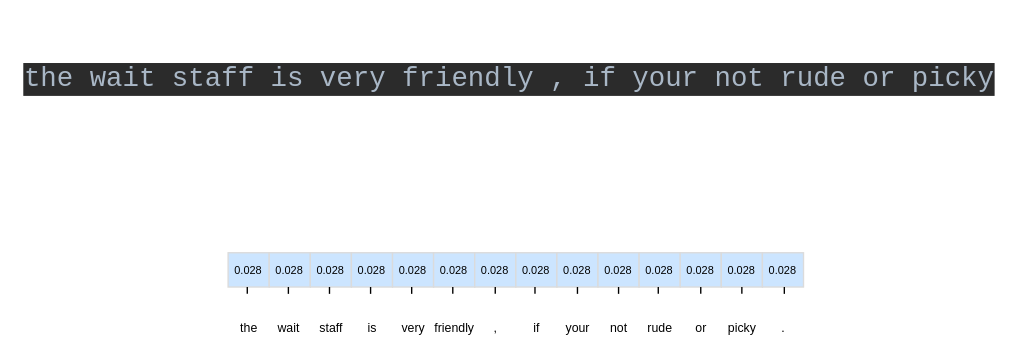
This is case study.drawio from zhaicao/images, a draw.io file, before an edit. Source tidied: cells renumbered, new cells numbered last; positions are measured from the earlier drawing's top-left corner, leaving out a move shared by most shapes. Both pictures are drawn from the tidied source at 137%, with x=0, y=0 at pixel (49, 23).
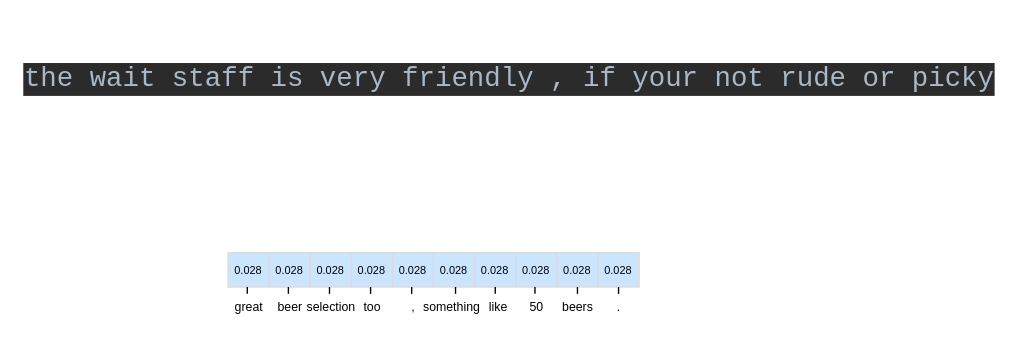
The same page after the edit.

What changed in the source:
```diff
@@
-    <mxCell id="13" value="&lt;font style=&quot;font-size: 8px;&quot;&gt;0.028&lt;/font&gt;" style="whiteSpace=wrap;html=1;strokeColor=#DBDBDB;fillColor=#cce5ff;fontSize=8;" parent="1" vertex="1">
-      <mxGeometry x="430" y="167" width="30" height="25" as="geometry" />
-    </mxCell>
-    <mxCell id="14" value="&lt;font style=&quot;font-size: 8px;&quot;&gt;0.028&lt;/font&gt;" style="whiteSpace=wrap;html=1;fillColor=#cce5ff;strokeColor=#DBDBDB;fontSize=8;" parent="1" vertex="1">
-      <mxGeometry x="460" y="167" width="30" height="25" as="geometry" />
-    </mxCell>
-    <mxCell id="15" value="&lt;font style=&quot;font-size: 8px;&quot;&gt;0.028&lt;/font&gt;" style="whiteSpace=wrap;html=1;strokeColor=#DBDBDB;fillColor=#cce5ff;fontSize=8;" parent="1" vertex="1">
-      <mxGeometry x="490" y="167" width="30" height="25" as="geometry" />
-    </mxCell>
-    <mxCell id="16" value="&lt;font style=&quot;font-size: 9px;&quot;&gt;the&lt;/font&gt;" style="text;html=1;align=center;verticalAlign=middle;strokeColor=none;fillColor=none;fontSize=9;" parent="1" vertex="1">
-      <mxGeometry x="125" y="212" width="40" height="20" as="geometry" />
+    <mxCell id="16" value="&lt;font style=&quot;font-size: 9px;&quot;&gt;great&lt;/font&gt;" style="text;html=1;align=center;verticalAlign=middle;strokeColor=none;fillColor=none;fontSize=9;" parent="1" vertex="1">
+      <mxGeometry x="125" y="197" width="40" height="20" as="geometry" />
     </mxCell>
-    <mxCell id="17" value="&lt;font style=&quot;font-size: 9px;&quot;&gt;wait&lt;/font&gt;" style="text;html=1;align=center;verticalAlign=middle;strokeColor=none;fillColor=none;fontSize=9;" parent="1" vertex="1">
-      <mxGeometry x="154" y="212" width="40" height="20" as="geometry" />
+    <mxCell id="17" value="&lt;font style=&quot;font-size: 9px;&quot;&gt;beer&lt;/font&gt;" style="text;html=1;align=center;verticalAlign=middle;strokeColor=none;fillColor=none;fontSize=9;" parent="1" vertex="1">
+      <mxGeometry x="155" y="197" width="40" height="20" as="geometry" />
     </mxCell>
-    <mxCell id="18" value="&lt;font style=&quot;font-size: 9px;&quot;&gt;staff&lt;/font&gt;" style="text;html=1;align=center;verticalAlign=middle;strokeColor=none;fillColor=none;fontSize=9;" parent="1" vertex="1">
-      <mxGeometry x="185" y="212" width="40" height="20" as="geometry" />
+    <mxCell id="18" value="&lt;font style=&quot;font-size: 9px;&quot;&gt;selection&lt;/font&gt;" style="text;html=1;align=center;verticalAlign=middle;strokeColor=none;fillColor=none;fontSize=9;" parent="1" vertex="1">
+      <mxGeometry x="175" y="197" width="60" height="20" as="geometry" />
     </mxCell>
-    <mxCell id="19" value="&lt;font style=&quot;font-size: 9px;&quot;&gt;is&lt;/font&gt;" style="text;html=1;align=center;verticalAlign=middle;strokeColor=none;fillColor=none;fontSize=9;" parent="1" vertex="1">
-      <mxGeometry x="220" y="212" width="30" height="20" as="geometry" />
+    <mxCell id="19" value="&lt;font style=&quot;font-size: 9px;&quot;&gt;too&lt;/font&gt;" style="text;html=1;align=center;verticalAlign=middle;strokeColor=none;fillColor=none;fontSize=9;" parent="1" vertex="1">
+      <mxGeometry x="215" y="197" width="40" height="20" as="geometry" />
     </mxCell>
-    <mxCell id="20" value="&lt;font style=&quot;font-size: 9px;&quot;&gt;very&lt;/font&gt;" style="text;html=1;align=center;verticalAlign=middle;strokeColor=none;fillColor=none;fontSize=9;" parent="1" vertex="1">
-      <mxGeometry x="245" y="212" width="40" height="20" as="geometry" />
+    <mxCell id="20" value="&lt;font style=&quot;font-size: 9px;&quot;&gt;,&lt;/font&gt;" style="text;html=1;align=center;verticalAlign=middle;strokeColor=none;fillColor=none;fontSize=9;" parent="1" vertex="1">
+      <mxGeometry x="250" y="197" width="30" height="20" as="geometry" />
     </mxCell>
-    <mxCell id="21" value="&lt;font style=&quot;font-size: 9px;&quot;&gt;friendly&lt;/font&gt;" style="text;html=1;align=center;verticalAlign=middle;strokeColor=none;fillColor=none;fontSize=9;" parent="1" vertex="1">
-      <mxGeometry x="270" y="212" width="50" height="20" as="geometry" />
+    <mxCell id="21" value="&lt;font style=&quot;font-size: 9px;&quot;&gt;something&lt;/font&gt;" style="text;html=1;align=center;verticalAlign=middle;strokeColor=none;fillColor=none;fontSize=9;" parent="1" vertex="1">
+      <mxGeometry x="258" y="197" width="70" height="20" as="geometry" />
     </mxCell>
-    <mxCell id="22" value="&lt;span style=&quot;font-size: 9px;&quot;&gt;,&lt;/span&gt;" style="text;html=1;align=center;verticalAlign=middle;strokeColor=none;fillColor=none;fontSize=9;" parent="1" vertex="1">
-      <mxGeometry x="310" y="212" width="30" height="20" as="geometry" />
+    <mxCell id="22" value="&lt;span style=&quot;font-size: 9px;&quot;&gt;like&lt;/span&gt;" style="text;html=1;align=center;verticalAlign=middle;strokeColor=none;fillColor=none;fontSize=9;" parent="1" vertex="1">
+      <mxGeometry x="307" y="197" width="40" height="20" as="geometry" />
     </mxCell>
-    <mxCell id="23" value="&lt;span style=&quot;font-size: 9px;&quot;&gt;if&lt;/span&gt;" style="text;html=1;align=center;verticalAlign=middle;strokeColor=none;fillColor=none;fontSize=9;" parent="1" vertex="1">
-      <mxGeometry x="340" y="212" width="30" height="20" as="geometry" />
+    <mxCell id="23" value="&lt;span style=&quot;font-size: 9px;&quot;&gt;50&lt;/span&gt;" style="text;html=1;align=center;verticalAlign=middle;strokeColor=none;fillColor=none;fontSize=9;" parent="1" vertex="1">
+      <mxGeometry x="340" y="197" width="30" height="20" as="geometry" />
     </mxCell>
-    <mxCell id="24" value="&lt;span style=&quot;font-size: 9px;&quot;&gt;your&lt;/span&gt;" style="text;html=1;align=center;verticalAlign=middle;strokeColor=none;fillColor=none;fontSize=9;" parent="1" vertex="1">
-      <mxGeometry x="365" y="212" width="40" height="20" as="geometry" />
+    <mxCell id="24" value="&lt;span style=&quot;font-size: 9px;&quot;&gt;beers&lt;/span&gt;" style="text;html=1;align=center;verticalAlign=middle;strokeColor=none;fillColor=none;fontSize=9;" parent="1" vertex="1">
+      <mxGeometry x="360" y="197" width="50" height="20" as="geometry" />
     </mxCell>
-    <mxCell id="25" value="&lt;span style=&quot;font-size: 9px;&quot;&gt;not&lt;/span&gt;" style="text;html=1;align=center;verticalAlign=middle;strokeColor=none;fillColor=none;fontSize=9;" parent="1" vertex="1">
-      <mxGeometry x="395" y="212" width="40" height="20" as="geometry" />
+    <mxCell id="25" value="&lt;span style=&quot;font-size: 9px;&quot;&gt;.&lt;/span&gt;" style="text;html=1;align=center;verticalAlign=middle;strokeColor=none;fillColor=none;fontSize=9;" parent="1" vertex="1">
+      <mxGeometry x="400" y="197" width="30" height="20" as="geometry" />
     </mxCell>
-    <mxCell id="26" value="&lt;span style=&quot;font-size: 9px;&quot;&gt;rude&lt;/span&gt;" style="text;html=1;align=center;verticalAlign=middle;strokeColor=none;fillColor=none;fontSize=9;" parent="1" vertex="1">
-      <mxGeometry x="425" y="212" width="40" height="20" as="geometry" />
-    </mxCell>
-    <mxCell id="27" value="&lt;span style=&quot;font-size: 9px;&quot;&gt;or&lt;/span&gt;" style="text;html=1;align=center;verticalAlign=middle;strokeColor=none;fillColor=none;fontSize=9;" parent="1" vertex="1">
-      <mxGeometry x="460" y="212" width="30" height="20" as="geometry" />
-    </mxCell>
-    <mxCell id="28" value="&lt;span style=&quot;font-size: 9px;&quot;&gt;picky&lt;/span&gt;" style="text;html=1;align=center;verticalAlign=middle;strokeColor=none;fillColor=none;fontSize=9;" parent="1" vertex="1">
-      <mxGeometry x="485" y="212" width="40" height="20" as="geometry" />
-    </mxCell>
-    <mxCell id="29" value="&lt;font style=&quot;font-size: 8px;&quot;&gt;0.028&lt;/font&gt;" style="whiteSpace=wrap;html=1;strokeColor=#DBDBDB;fillColor=#cce5ff;fontSize=8;" parent="1" vertex="1">
-      <mxGeometry x="520" y="167" width="30" height="25" as="geometry" />
-    </mxCell>
-    <mxCell id="30" value="&lt;span style=&quot;font-size: 9px;&quot;&gt;.&lt;/span&gt;" style="text;html=1;align=center;verticalAlign=middle;strokeColor=none;fillColor=none;fontSize=9;" parent="1" vertex="1">
-      <mxGeometry x="520" y="212" width="30" height="20" as="geometry" />
-    </mxCell>
@@
     <mxCell id="36" style="endArrow=none;html=1;rounded=0;" parent="1" edge="1">
       <mxGeometry relative="1" as="geometry">
-        <mxPoint x="294" y="197" as="sourcePoint" />
-        <mxPoint x="294" y="192" as="targetPoint" />
+        <mxPoint x="296" y="197" as="sourcePoint" />
+        <mxPoint x="296" y="192" as="targetPoint" />
       </mxGeometry>
     </mxCell>
@@
-    <mxCell id="41" style="endArrow=none;html=1;rounded=0;" parent="1" edge="1">
-      <mxGeometry relative="1" as="geometry">
-        <mxPoint x="444" y="197" as="sourcePoint" />
-        <mxPoint x="444" y="192" as="targetPoint" />
-      </mxGeometry>
-    </mxCell>
-    <mxCell id="42" style="endArrow=none;html=1;rounded=0;" parent="1" edge="1">
-      <mxGeometry relative="1" as="geometry">
-        <mxPoint x="475" y="197" as="sourcePoint" />
-        <mxPoint x="475" y="192" as="targetPoint" />
-      </mxGeometry>
-    </mxCell>
-    <mxCell id="43" style="endArrow=none;html=1;rounded=0;" parent="1" edge="1">
-      <mxGeometry relative="1" as="geometry">
-        <mxPoint x="505" y="197" as="sourcePoint" />
-        <mxPoint x="505" y="192" as="targetPoint" />
-      </mxGeometry>
-    </mxCell>
-    <mxCell id="44" style="endArrow=none;html=1;rounded=0;" parent="1" edge="1">
-      <mxGeometry relative="1" as="geometry">
-        <mxPoint x="536" y="197" as="sourcePoint" />
-        <mxPoint x="536" y="192" as="targetPoint" />
-      </mxGeometry>
-    </mxCell>
```
